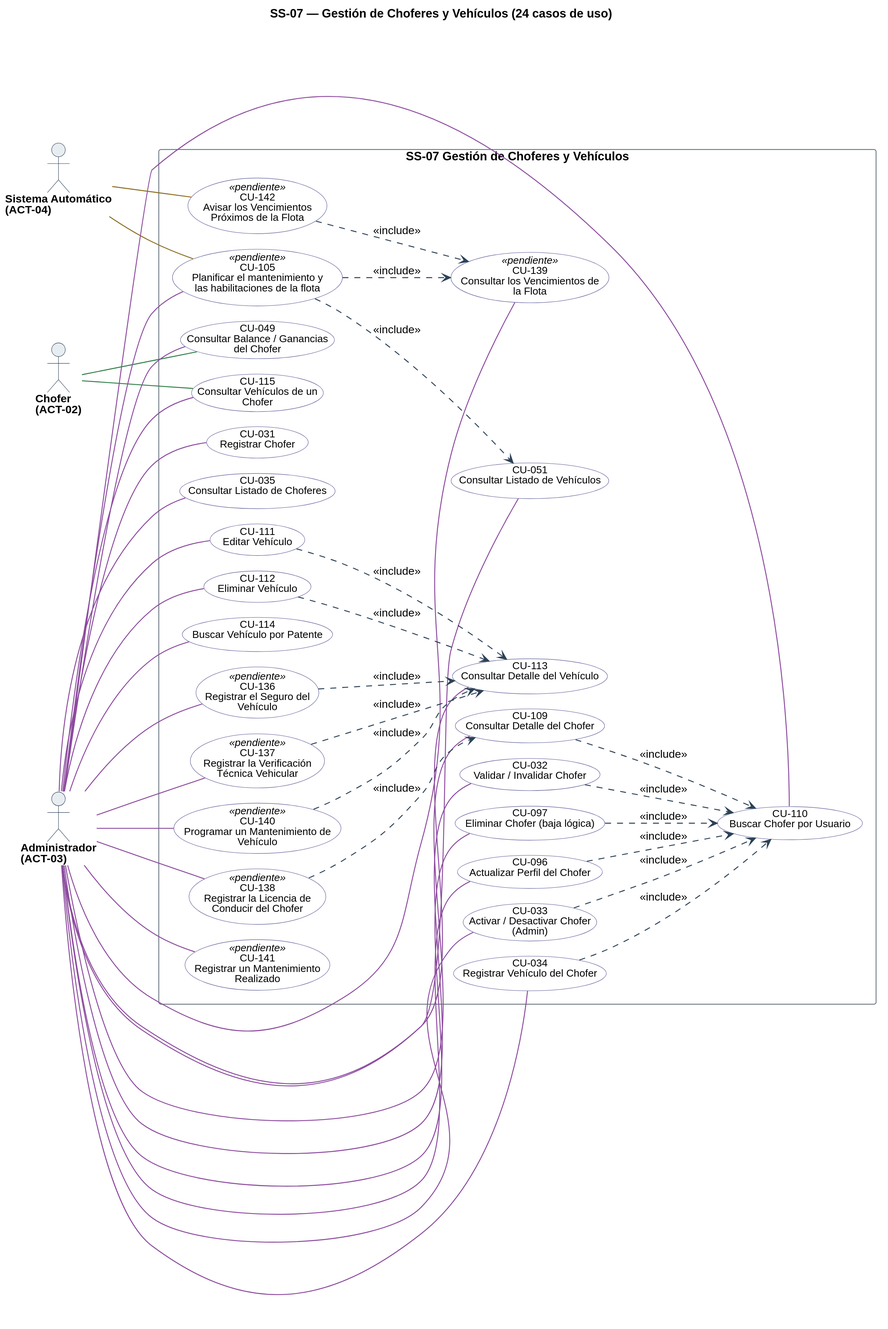
Before: diagramas/uml/CU_SS-07_Gestion-De-Choferes-Y-Vehiculos.svg, a diagram exported from PlantUML (Nahuelito-Dev/splg-docs).
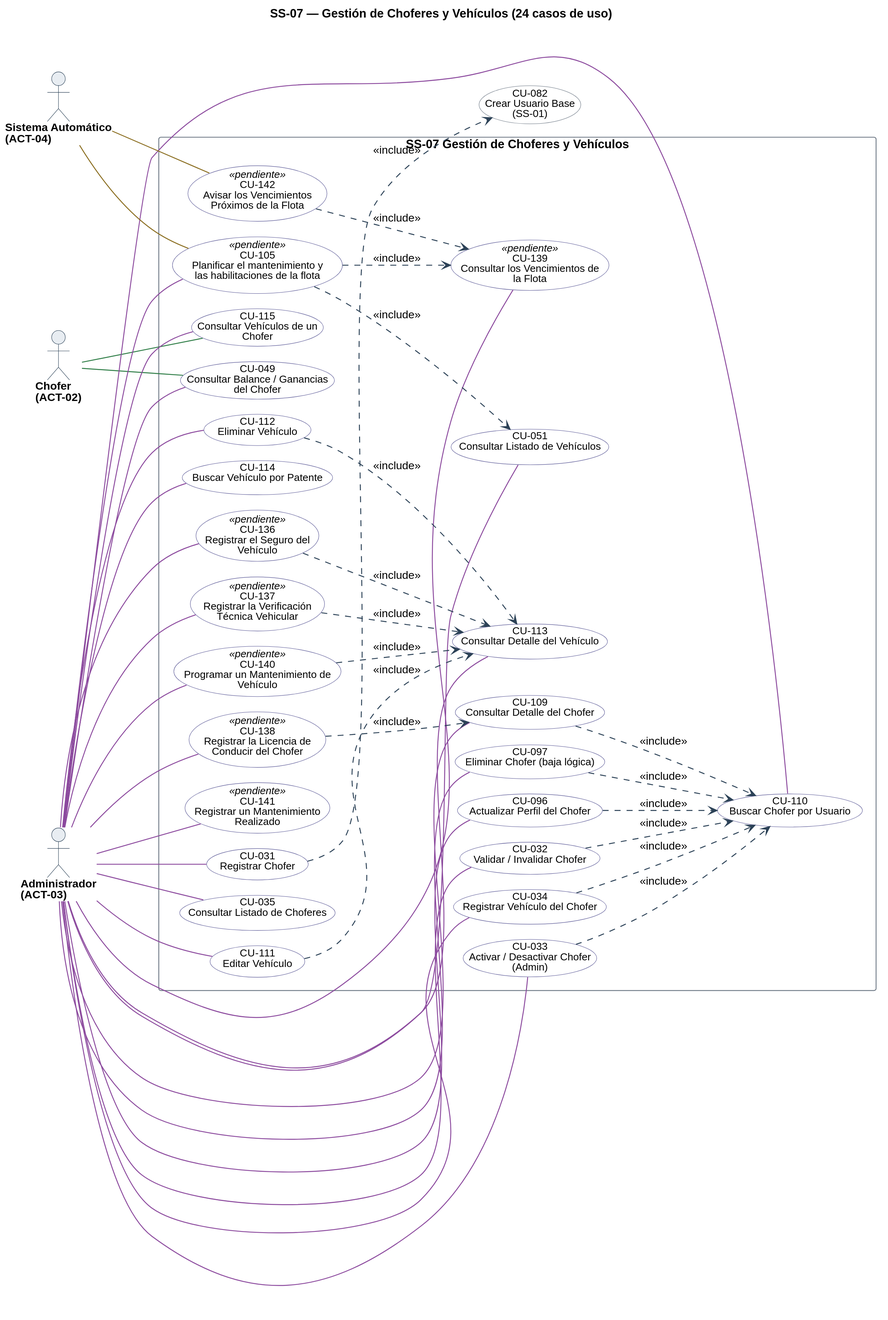
After the change.

Diff of the diagram source:
```diff
@@ -65,6 +65,8 @@
   usecase "CU-142\nAvisar los Vencimientos\nPróximos de la Flota" as U142 <<pendiente>> #back:FFFFFF;line:5A5896
 }
 
+usecase "CU-082\nCrear Usuario Base\n(SS-01)" as U082 #back:FFFFFF;line:6B7683
+
 A02 -[#2E7D46]- U049
 A02 -[#2E7D46]- U115
 A03 -[#8C4A9E]- U031
@@ -108,4 +110,5 @@
 U111 ..> U113 : <<include>>
 U112 ..> U113 : <<include>>
 U105 ..> U051 : <<include>>
+U031 ..> U082 : <<include>>
 @enduml
```
